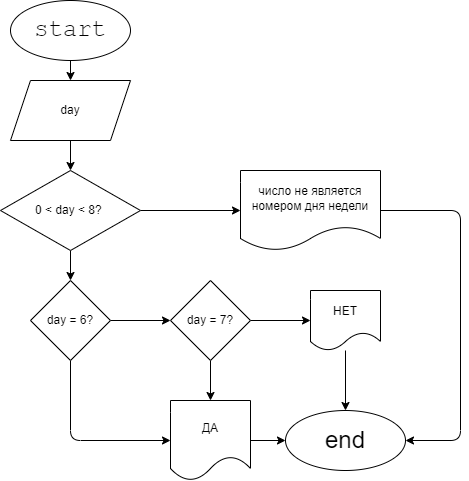
TereshchenkoVS/Repo keeps this draw.io diagram as Homework02/Ex003/Ex003.Drawio.png. Above is the earlier version. Source tidied: cells renumbered, new cells last; positions are measured from the earlier drawing's top-left corner, leaving out a move shared by most shapes. Its diagram source:
```xml
<mxGraphModel>
  <root>
    <mxCell id="0" />
    <mxCell id="1" parent="0" />
    <mxCell id="2" style="edgeStyle=none;html=1;" parent="1" edge="1" source="3" target="5">
      <mxGeometry relative="1" as="geometry" />
    </mxCell>
    <mxCell id="3" value="&lt;font face=&quot;Courier New&quot; style=&quot;font-size: 24px&quot;&gt;start&lt;/font&gt;" style="ellipse;whiteSpace=wrap;html=1;" parent="1" vertex="1">
      <mxGeometry x="10" width="120" height="60" as="geometry" />
    </mxCell>
    <mxCell id="4" style="edgeStyle=none;html=1;" parent="1" edge="1" source="5" target="8">
      <mxGeometry relative="1" as="geometry" />
    </mxCell>
    <mxCell id="5" value="day" style="shape=parallelogram;perimeter=parallelogramPerimeter;whiteSpace=wrap;html=1;fixedSize=1;" parent="1" vertex="1">
      <mxGeometry x="10" y="80" width="120" height="60" as="geometry" />
    </mxCell>
    <mxCell id="6" style="edgeStyle=none;html=1;" parent="1" edge="1" source="8" target="11">
      <mxGeometry relative="1" as="geometry" />
    </mxCell>
    <mxCell id="7" style="edgeStyle=none;html=1;fontFamily=Courier New;fontSize=24;" parent="1" edge="1" source="8" target="21">
      <mxGeometry relative="1" as="geometry" />
    </mxCell>
    <mxCell id="8" value="0 &amp;lt; day &amp;lt; 8?&amp;nbsp;" style="rhombus;whiteSpace=wrap;html=1;" parent="1" vertex="1">
      <mxGeometry y="170" width="140" height="80" as="geometry" />
    </mxCell>
    <mxCell id="9" style="edgeStyle=none;html=1;" parent="1" edge="1" source="11" target="14">
      <mxGeometry relative="1" as="geometry" />
    </mxCell>
    <mxCell id="10" style="edgeStyle=none;html=1;" parent="1" edge="1" source="11" target="16">
      <mxGeometry relative="1" as="geometry">
        <Array as="points">
          <mxPoint x="70" y="440" />
        </Array>
      </mxGeometry>
    </mxCell>
    <mxCell id="11" value="day = 6?" style="rhombus;whiteSpace=wrap;html=1;" parent="1" vertex="1">
      <mxGeometry x="30" y="280" width="80" height="80" as="geometry" />
    </mxCell>
    <mxCell id="12" style="edgeStyle=none;html=1;" parent="1" edge="1" source="14" target="16">
      <mxGeometry relative="1" as="geometry" />
    </mxCell>
    <mxCell id="13" style="edgeStyle=none;html=1;" parent="1" edge="1" source="14" target="18">
      <mxGeometry relative="1" as="geometry" />
    </mxCell>
    <mxCell id="14" value="day = 7?" style="rhombus;whiteSpace=wrap;html=1;" parent="1" vertex="1">
      <mxGeometry x="170" y="280" width="80" height="80" as="geometry" />
    </mxCell>
    <mxCell id="15" style="edgeStyle=none;html=1;" parent="1" edge="1" source="16" target="19">
      <mxGeometry relative="1" as="geometry" />
    </mxCell>
    <mxCell id="16" value="ДА" style="shape=document;whiteSpace=wrap;html=1;boundedLbl=1;" parent="1" vertex="1">
      <mxGeometry x="170" y="400" width="80" height="80" as="geometry" />
    </mxCell>
    <mxCell id="17" style="edgeStyle=none;html=1;" parent="1" edge="1" source="18" target="19">
      <mxGeometry relative="1" as="geometry" />
    </mxCell>
    <mxCell id="18" value="НЕТ" style="shape=document;whiteSpace=wrap;html=1;boundedLbl=1;" parent="1" vertex="1">
      <mxGeometry x="310" y="290" width="70" height="60" as="geometry" />
    </mxCell>
    <mxCell id="19" value="&lt;font style=&quot;font-size: 24px&quot;&gt;end&lt;/font&gt;" style="ellipse;whiteSpace=wrap;html=1;" parent="1" vertex="1">
      <mxGeometry x="285" y="410" width="120" height="60" as="geometry" />
    </mxCell>
    <mxCell id="20" style="edgeStyle=none;html=1;fontFamily=Courier New;fontSize=24;entryX=1;entryY=0.5;entryDx=0;entryDy=0;" parent="1" edge="1" source="21" target="19">
      <mxGeometry relative="1" as="geometry">
        <Array as="points">
          <mxPoint x="460" y="210" />
          <mxPoint x="460" y="440" />
        </Array>
      </mxGeometry>
    </mxCell>
    <mxCell id="21" value="число не является номером дня недели" style="shape=document;whiteSpace=wrap;html=1;boundedLbl=1;" parent="1" vertex="1">
      <mxGeometry x="240" y="170" width="140" height="80" as="geometry" />
    </mxCell>
  </root>
</mxGraphModel>
```
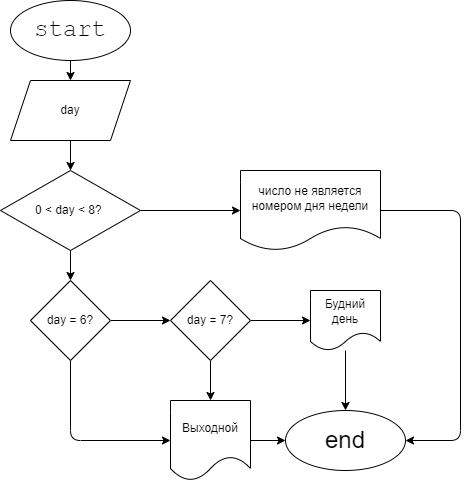
Above is the later version.

What changed in the source:
```diff
@@ -48,13 +48,13 @@
     <mxCell id="15" style="edgeStyle=none;html=1;" parent="1" edge="1" source="16" target="19">
       <mxGeometry relative="1" as="geometry" />
     </mxCell>
-    <mxCell id="16" value="ДА" style="shape=document;whiteSpace=wrap;html=1;boundedLbl=1;" parent="1" vertex="1">
+    <mxCell id="16" value="Выходной" style="shape=document;whiteSpace=wrap;html=1;boundedLbl=1;" parent="1" vertex="1">
       <mxGeometry x="170" y="400" width="80" height="80" as="geometry" />
     </mxCell>
     <mxCell id="17" style="edgeStyle=none;html=1;" parent="1" edge="1" source="18" target="19">
       <mxGeometry relative="1" as="geometry" />
     </mxCell>
-    <mxCell id="18" value="НЕТ" style="shape=document;whiteSpace=wrap;html=1;boundedLbl=1;" parent="1" vertex="1">
+    <mxCell id="18" value="Будний день" style="shape=document;whiteSpace=wrap;html=1;boundedLbl=1;" parent="1" vertex="1">
       <mxGeometry x="310" y="290" width="70" height="60" as="geometry" />
     </mxCell>
     <mxCell id="19" value="&lt;font style=&quot;font-size: 24px&quot;&gt;end&lt;/font&gt;" style="ellipse;whiteSpace=wrap;html=1;" parent="1" vertex="1">
```
